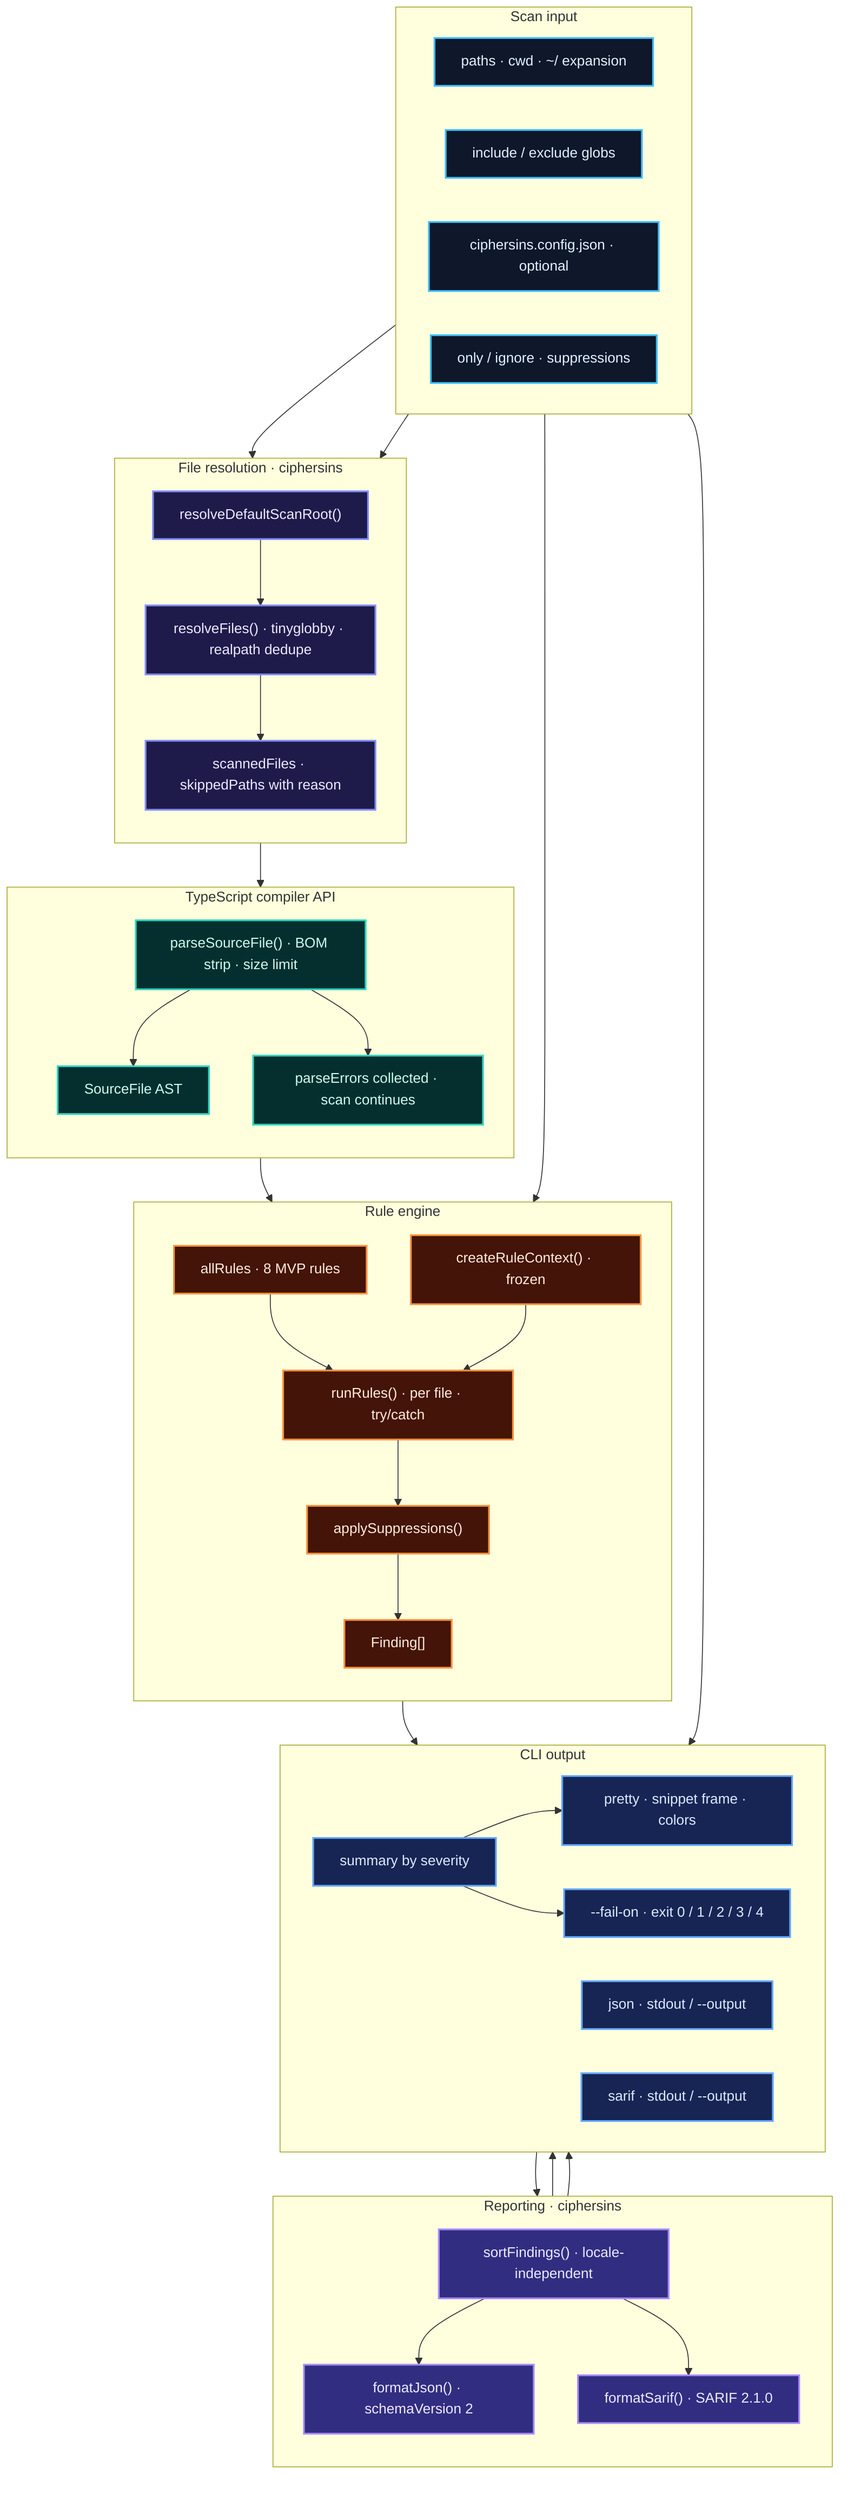
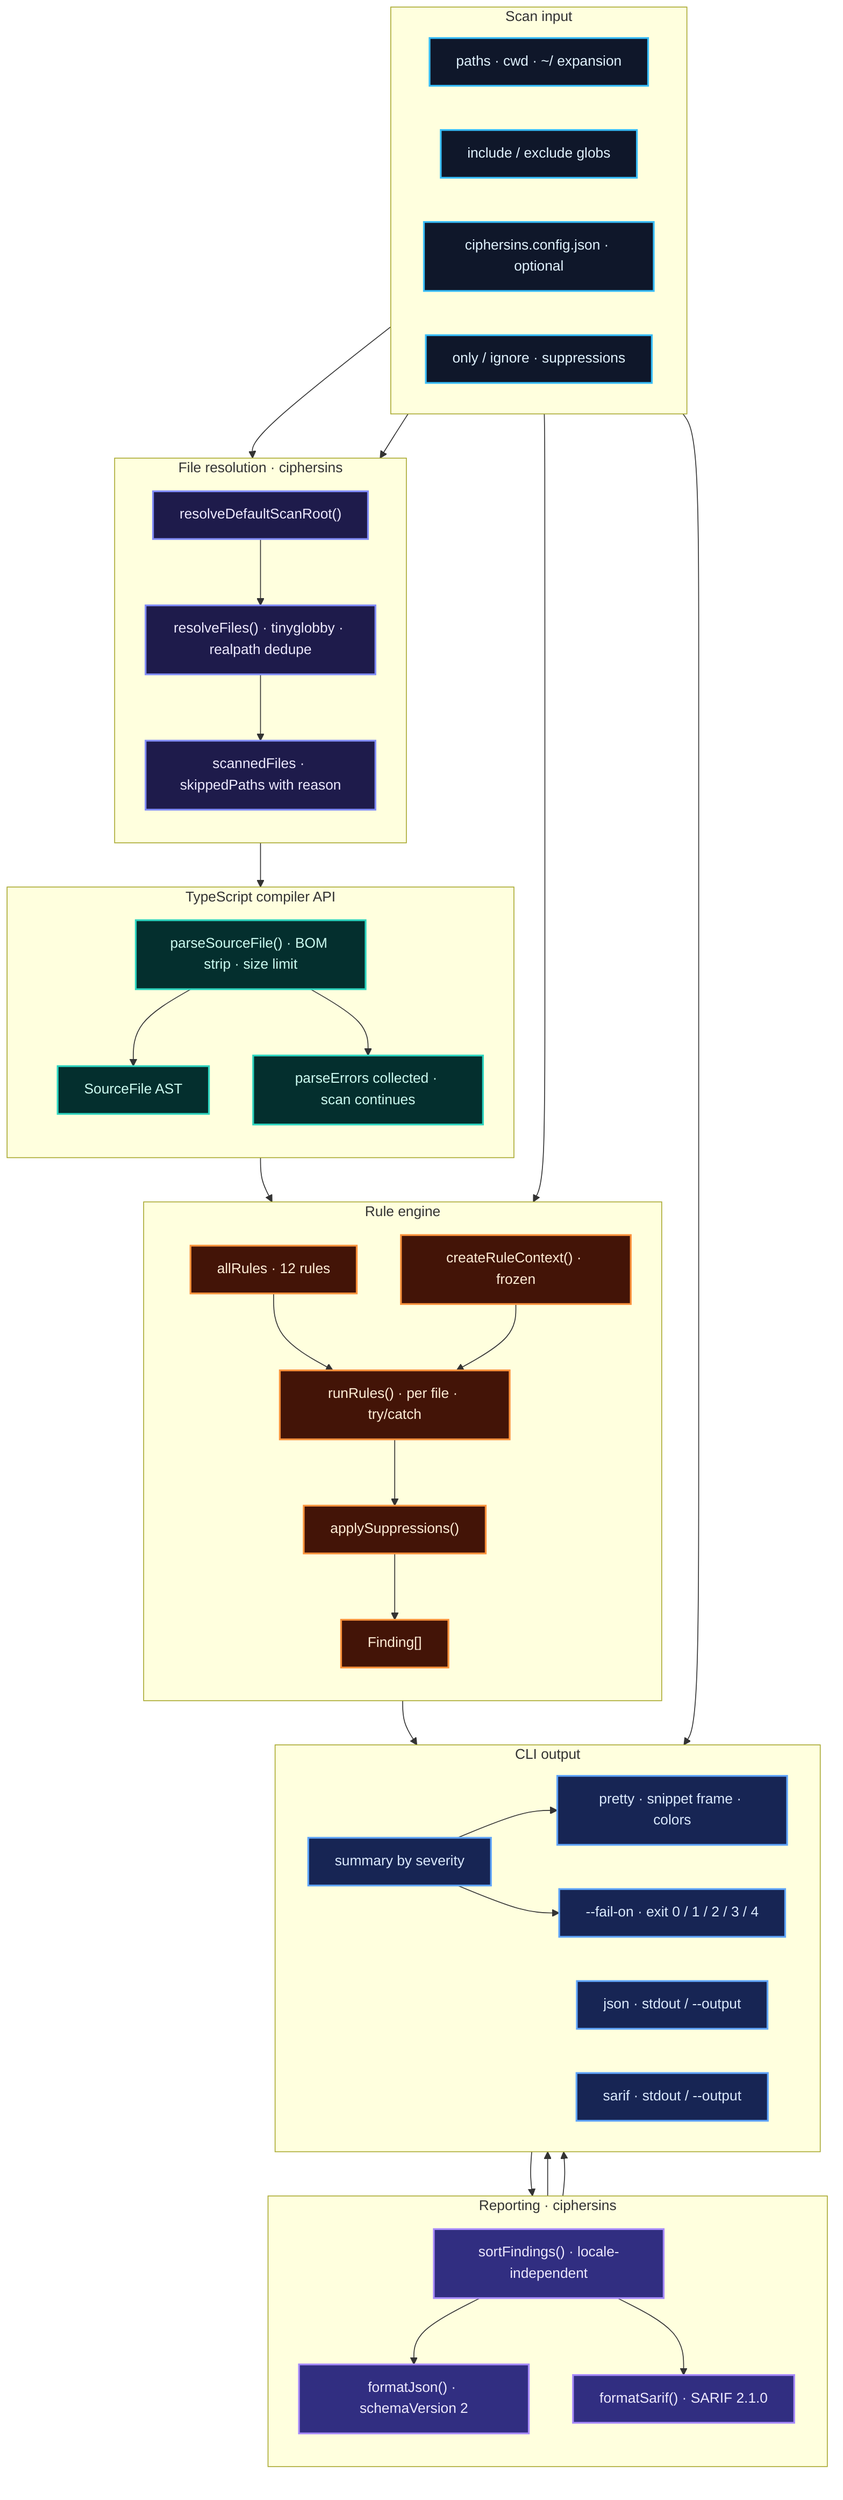
flowchart TB
	subgraph INPUT["Scan input"]
		direction LR
		PATHS["paths · cwd · ~/ expansion"]
		GLOBS["include / exclude globs"]
		CONFIG["ciphersins.config.json · optional"]
		FILTERS["only / ignore · suppressions"]
	end

	subgraph RESOLVE["File resolution · ciphersins"]
		direction TB
		ROOT["resolveDefaultScanRoot()"]
		RF["resolveFiles() · tinyglobby · realpath dedupe"]
		META["scannedFiles · skippedPaths with reason"]
		ROOT --> RF --> META
	end

	subgraph PARSE["TypeScript compiler API"]
		direction TB
		PSF["parseSourceFile() · BOM strip · size limit"]
		SF["SourceFile AST"]
		ERR["parseErrors collected · scan continues"]
		PSF --> SF
		PSF --> ERR
	end

	subgraph RULES["Rule engine"]
		direction TB
- 		REG["allRules · 8 MVP rules"]
+ 		REG["allRules · 12 rules"]
		CTX["createRuleContext() · frozen"]
		RUN["runRules() · per file · try/catch"]
		SUP["applySuppressions()"]
		REG --> RUN
		CTX --> RUN
		RUN --> SUP
		SUP --> FINDINGS["Finding[]"]
	end

	subgraph REPORT["Reporting · ciphersins"]
		direction TB
		SORT["sortFindings() · locale-independent"]
		JSON["formatJson() · schemaVersion 2"]
		SARIF["formatSarif() · SARIF 2.1.0"]
		SORT --> JSON
		SORT --> SARIF
	end

	subgraph OUTPUT["CLI output"]
		direction LR
		SUM["summary by severity"]
		PRETTY["pretty · snippet frame · colors"]
		JOUT["json · stdout / --output"]
		SOUT["sarif · stdout / --output"]
		FAIL["--fail-on · exit 0 / 1 / 2 / 3 / 4"]
	end

	PATHS --> ROOT
	GLOBS --> RF
	CONFIG --> FAIL
	FILTERS --> RUN
	META --> PSF
	SF --> CTX
	FINDINGS --> SUM
	SUM --> SORT
	JSON --> JOUT
	SARIF --> SOUT
	SUM --> PRETTY
	SUM --> FAIL

	classDef input fill:#0f172a,stroke:#38bdf8,stroke-width:2px,color:#e0f2fe
	classDef resolve fill:#1e1b4b,stroke:#818cf8,stroke-width:2px,color:#ede9fe
	classDef parse fill:#042f2e,stroke:#2dd4bf,stroke-width:2px,color:#ccfbf1
	classDef rules fill:#431407,stroke:#fb923c,stroke-width:2px,color:#ffedd5
	classDef report fill:#312e81,stroke:#a78bfa,stroke-width:2px,color:#ede9fe
	classDef output fill:#172554,stroke:#60a5fa,stroke-width:2px,color:#dbeafe

	class PATHS,GLOBS,CONFIG,FILTERS input
	class ROOT,RF,META resolve
	class PSF,SF,ERR parse
	class REG,CTX,RUN,SUP,FINDINGS rules
	class SORT,JSON,SARIF report
	class SUM,PRETTY,JOUT,SOUT,FAIL output
